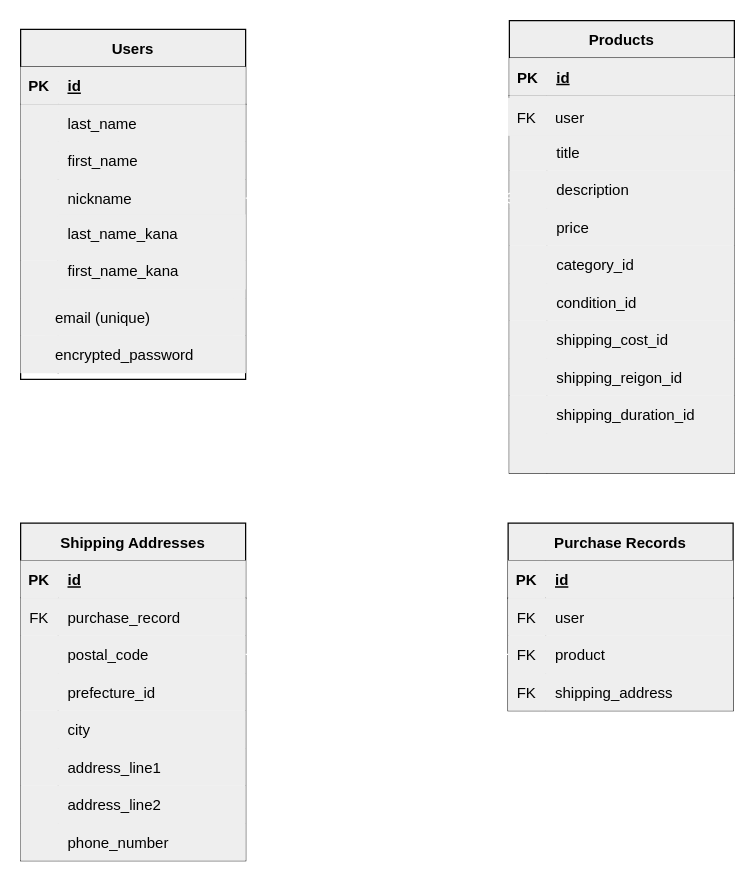
This is ER図.dio from swanmask353/furima-40464, a draw.io file, before an edit. Source tidied: cells renumbered, new cells numbered last; positions are measured from the earlier drawing's top-left corner, leaving out a move shared by most shapes. Both pictures are drawn from the tidied source at 125%, with x=0, y=0 at pixel (-55, 20).
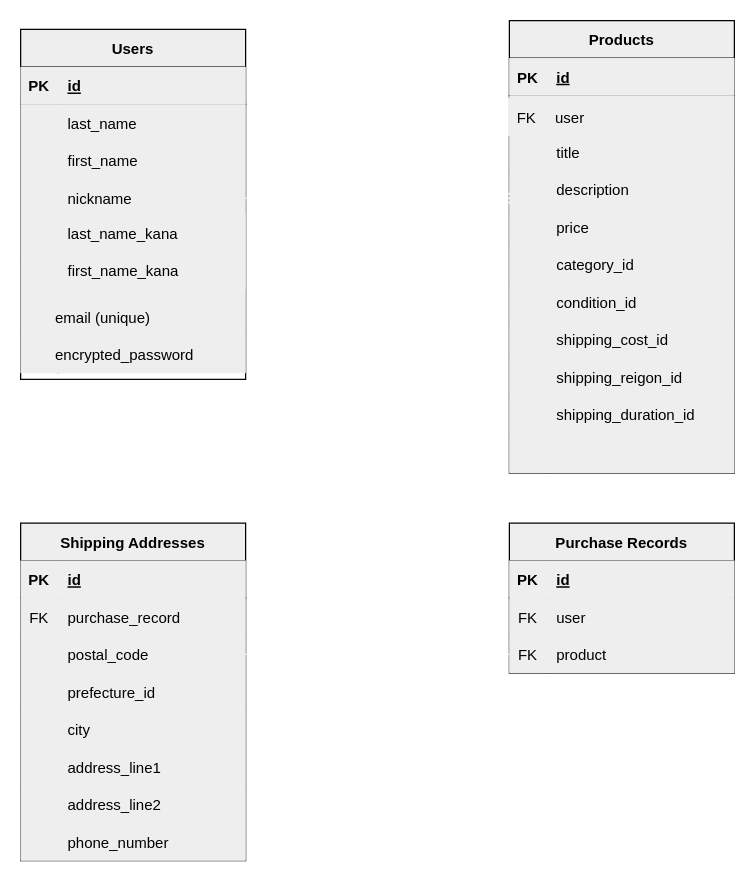
The same page after the edit.

What changed in the source:
```diff
@@
     <mxCell id="91" value="Purchase Records" style="shape=table;startSize=30;childLayout=tableLayout;rowLines=0;fontStyle=1;align=center;strokeColor=#030303;fillColor=#eeeeee;fontColor=#000000;" parent="1" vertex="1">
-      <mxGeometry x="450" y="402" width="180" height="150" as="geometry" />
+      <mxGeometry x="451" y="402" width="180" height="120" as="geometry" />
     </mxCell>
@@
-    <mxCell id="101" style="shape=tableRow;horizontal=0;startSize=0;swimlaneHead=0;swimlaneBody=0;fillColor=#eeeeee;top=0;left=0;right=0;bottom=0;strokeColor=#030303;fontColor=#000000;" parent="91" vertex="1">
-      <mxGeometry y="120" width="180" height="30" as="geometry" />
-    </mxCell>
-    <mxCell id="102" value="FK" style="shape=partialRectangle;fillColor=#eeeeee;top=0;left=0;bottom=0;right=0;overflow=hidden;strokeColor=#FFFFFF;fontColor=#000000;" parent="101" vertex="1">
-      <mxGeometry width="30" height="30" as="geometry" />
-    </mxCell>
-    <mxCell id="103" value="shipping_address" style="shape=partialRectangle;fillColor=#eeeeee;top=0;left=0;bottom=0;right=0;align=left;spacingLeft=6;overflow=hidden;strokeColor=#030303;fontColor=#000000;" parent="101" vertex="1">
-      <mxGeometry x="30" width="150" height="30" as="geometry" />
-    </mxCell>
```
